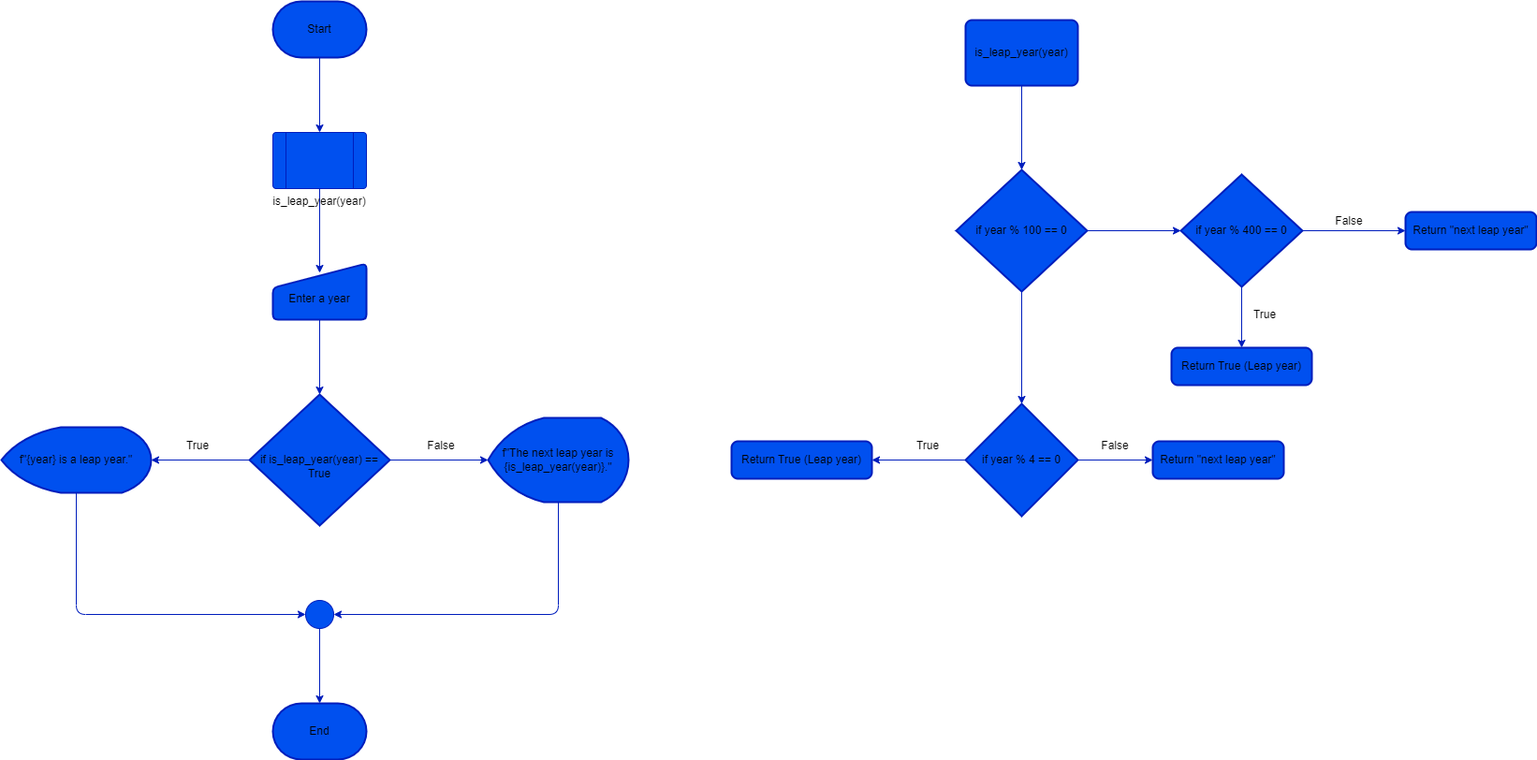
Earlier version of the draw.io export LeapYearFlowchart.drawio.png (Kainapat/Kainapxt). Source tidied: cells renumbered, new cells last; positions are measured from the earlier drawing's top-left corner, leaving out a move shared by most shapes.
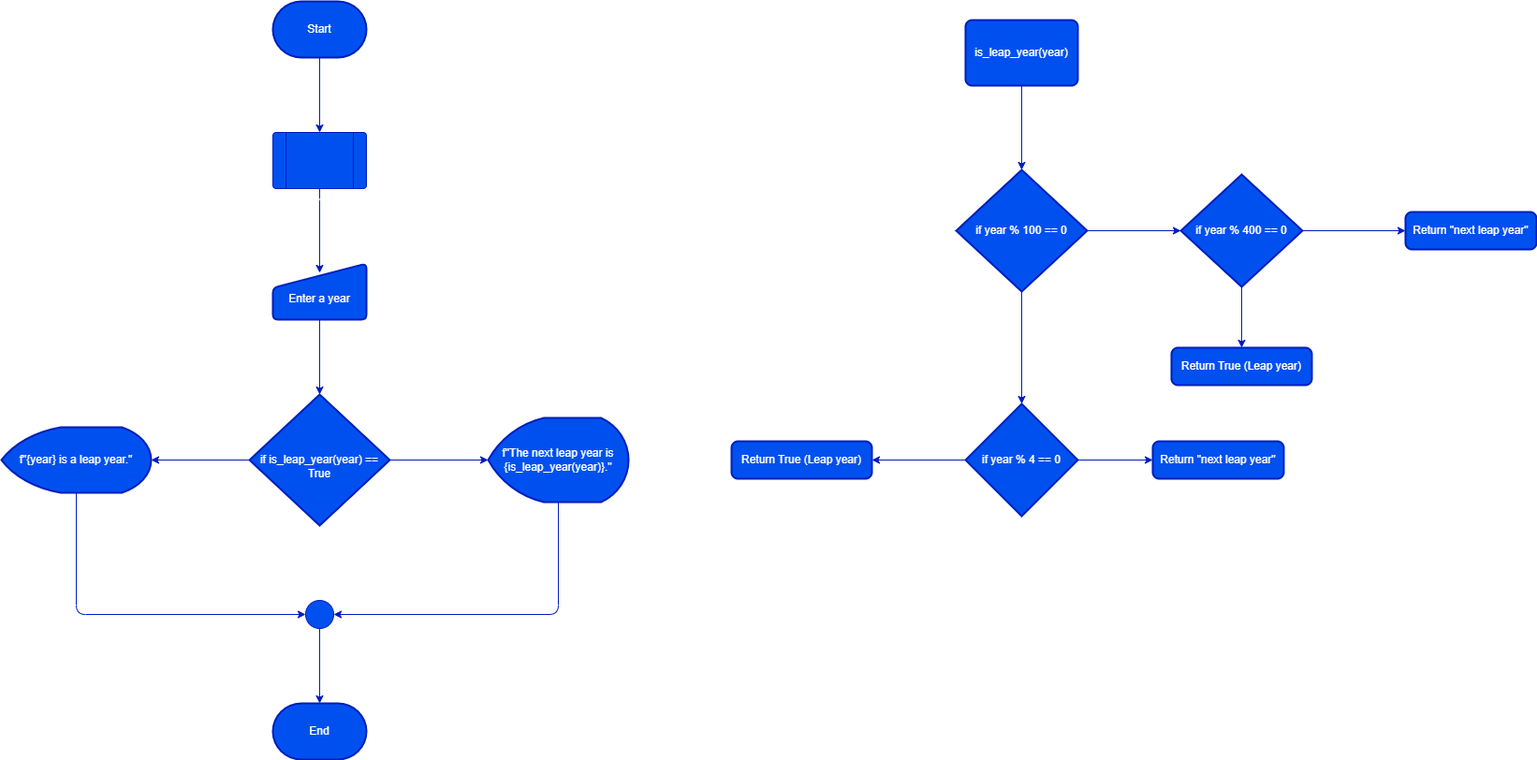
After the commit.

What changed in the source:
```diff
@@ -2,123 +2,123 @@
   <root>
     <mxCell id="0" />
     <mxCell id="1" parent="0" />
-    <mxCell id="2" style="edgeStyle=none;html=1;fillColor=#0050ef;strokeColor=#001DBC;labelBackgroundColor=none;fontColor=default;" parent="1" edge="1" source="3" target="5">
+    <mxCell id="2" style="edgeStyle=none;fillColor=#0050ef;strokeColor=#001DBC;labelBackgroundColor=none;fontColor=#FFFFFF;" parent="1" edge="1" source="3" target="5">
       <mxGeometry relative="1" as="geometry" />
     </mxCell>
-    <mxCell id="3" value="Start" style="strokeWidth=2;html=1;shape=mxgraph.flowchart.terminator;whiteSpace=wrap;fillColor=#0050ef;fontColor=default;strokeColor=#001DBC;labelBackgroundColor=none;" parent="1" vertex="1">
+    <mxCell id="3" value="Start" style="strokeWidth=2;shape=mxgraph.flowchart.terminator;whiteSpace=wrap;fillColor=#0050ef;fontColor=#FFFFFF;strokeColor=#001DBC;labelBackgroundColor=none;" parent="1" vertex="1">
       <mxGeometry x="290" width="100" height="60" as="geometry" />
     </mxCell>
-    <mxCell id="4" style="edgeStyle=none;html=1;entryX=0.5;entryY=0.167;entryDx=0;entryDy=0;entryPerimeter=0;fillColor=#0050ef;strokeColor=#001DBC;labelBackgroundColor=none;fontColor=default;" parent="1" edge="1" source="5" target="7">
+    <mxCell id="4" style="edgeStyle=none;entryX=0.5;entryY=0.167;entryDx=0;entryDy=0;entryPerimeter=0;fillColor=#0050ef;strokeColor=#001DBC;labelBackgroundColor=none;fontColor=#FFFFFF;" parent="1" edge="1" source="5" target="7">
       <mxGeometry relative="1" as="geometry" />
     </mxCell>
-    <mxCell id="5" value="is_leap_year(year)" style="verticalLabelPosition=bottom;verticalAlign=top;html=1;shape=process;whiteSpace=wrap;rounded=1;size=0.14;arcSize=6;fillColor=#0050ef;fontColor=default;strokeColor=#001DBC;labelBackgroundColor=none;" parent="1" vertex="1">
+    <mxCell id="5" value="is_leap_year(year)" style="verticalLabelPosition=bottom;verticalAlign=top;shape=process;whiteSpace=wrap;rounded=1;size=0.14;arcSize=6;fillColor=#0050ef;fontColor=#FFFFFF;strokeColor=#001DBC;labelBackgroundColor=none;" parent="1" vertex="1">
       <mxGeometry x="290" y="140" width="100" height="60" as="geometry" />
     </mxCell>
-    <mxCell id="6" style="edgeStyle=none;html=1;fillColor=#0050ef;strokeColor=#001DBC;labelBackgroundColor=none;fontColor=default;" parent="1" edge="1" source="7" target="10">
+    <mxCell id="6" style="edgeStyle=none;fillColor=#0050ef;strokeColor=#001DBC;labelBackgroundColor=none;fontColor=#FFFFFF;" parent="1" edge="1" source="7" target="10">
       <mxGeometry relative="1" as="geometry" />
     </mxCell>
-    <mxCell id="7" value="&lt;br&gt;Enter a year" style="html=1;strokeWidth=2;shape=manualInput;whiteSpace=wrap;rounded=1;size=26;arcSize=11;fillColor=#0050ef;fontColor=default;strokeColor=#001DBC;labelBackgroundColor=none;" parent="1" vertex="1">
+    <mxCell id="7" value="&#10;Enter a year" style="strokeWidth=2;shape=manualInput;whiteSpace=wrap;rounded=1;size=26;arcSize=11;fillColor=#0050ef;fontColor=#FFFFFF;strokeColor=#001DBC;labelBackgroundColor=none;" parent="1" vertex="1">
       <mxGeometry x="290" y="280" width="100" height="60" as="geometry" />
     </mxCell>
-    <mxCell id="8" style="edgeStyle=none;html=1;fillColor=#0050ef;strokeColor=#001DBC;labelBackgroundColor=none;fontColor=default;" parent="1" edge="1" source="10" target="14">
+    <mxCell id="8" style="edgeStyle=none;fillColor=#0050ef;strokeColor=#001DBC;labelBackgroundColor=none;fontColor=#FFFFFF;" parent="1" edge="1" source="10" target="14">
       <mxGeometry relative="1" as="geometry" />
     </mxCell>
-    <mxCell id="9" style="edgeStyle=none;html=1;fillColor=#0050ef;strokeColor=#001DBC;labelBackgroundColor=none;fontColor=default;" parent="1" edge="1" source="10" target="12">
+    <mxCell id="9" style="edgeStyle=none;fillColor=#0050ef;strokeColor=#001DBC;labelBackgroundColor=none;fontColor=#FFFFFF;" parent="1" edge="1" source="10" target="12">
       <mxGeometry relative="1" as="geometry" />
     </mxCell>
-    <mxCell id="10" value="&lt;br&gt;if is_leap_year(year) == True" style="strokeWidth=2;html=1;shape=mxgraph.flowchart.decision;whiteSpace=wrap;fillColor=#0050ef;fontColor=default;strokeColor=#001DBC;labelBackgroundColor=none;" parent="1" vertex="1">
+    <mxCell id="10" value="&#10;if is_leap_year(year) == True" style="strokeWidth=2;shape=mxgraph.flowchart.decision;whiteSpace=wrap;fillColor=#0050ef;fontColor=#FFFFFF;strokeColor=#001DBC;labelBackgroundColor=none;" parent="1" vertex="1">
       <mxGeometry x="265" y="420" width="150" height="140" as="geometry" />
     </mxCell>
-    <mxCell id="11" style="edgeStyle=none;html=1;entryX=0;entryY=0.5;entryDx=0;entryDy=0;fillColor=#0050ef;strokeColor=#001DBC;labelBackgroundColor=none;fontColor=default;" parent="1" edge="1" source="12" target="16">
+    <mxCell id="11" style="edgeStyle=none;entryX=0;entryY=0.5;entryDx=0;entryDy=0;fillColor=#0050ef;strokeColor=#001DBC;labelBackgroundColor=none;fontColor=#FFFFFF;" parent="1" edge="1" source="12" target="16">
       <mxGeometry relative="1" as="geometry">
         <Array as="points">
           <mxPoint x="80" y="655" />
         </Array>
       </mxGeometry>
     </mxCell>
-    <mxCell id="12" value="f&quot;{year} is a leap year.&quot;" style="strokeWidth=2;html=1;shape=mxgraph.flowchart.display;whiteSpace=wrap;fillColor=#0050ef;fontColor=default;strokeColor=#001DBC;labelBackgroundColor=none;" parent="1" vertex="1">
+    <mxCell id="12" value="f&quot;{year} is a leap year.&quot;" style="strokeWidth=2;shape=mxgraph.flowchart.display;whiteSpace=wrap;fillColor=#0050ef;fontColor=#FFFFFF;strokeColor=#001DBC;labelBackgroundColor=none;" parent="1" vertex="1">
       <mxGeometry y="455" width="160" height="70" as="geometry" />
     </mxCell>
-    <mxCell id="13" style="edgeStyle=none;html=1;entryX=1;entryY=0.5;entryDx=0;entryDy=0;fillColor=#0050ef;strokeColor=#001DBC;labelBackgroundColor=none;fontColor=default;" parent="1" edge="1" source="14" target="16">
+    <mxCell id="13" style="edgeStyle=none;entryX=1;entryY=0.5;entryDx=0;entryDy=0;fillColor=#0050ef;strokeColor=#001DBC;labelBackgroundColor=none;fontColor=#FFFFFF;" parent="1" edge="1" source="14" target="16">
       <mxGeometry relative="1" as="geometry">
         <Array as="points">
           <mxPoint x="595" y="655" />
         </Array>
       </mxGeometry>
     </mxCell>
-    <mxCell id="14" value="f&quot;The next leap year is {is_leap_year(year)}.&quot;" style="strokeWidth=2;html=1;shape=mxgraph.flowchart.display;whiteSpace=wrap;fillColor=#0050ef;fontColor=default;strokeColor=#001DBC;labelBackgroundColor=none;" parent="1" vertex="1">
+    <mxCell id="14" value="f&quot;The next leap year is {is_leap_year(year)}.&quot;" style="strokeWidth=2;shape=mxgraph.flowchart.display;whiteSpace=wrap;fillColor=#0050ef;fontColor=#FFFFFF;strokeColor=#001DBC;labelBackgroundColor=none;" parent="1" vertex="1">
       <mxGeometry x="520" y="445" width="150" height="90" as="geometry" />
     </mxCell>
-    <mxCell id="15" style="edgeStyle=none;html=1;fillColor=#0050ef;strokeColor=#001DBC;labelBackgroundColor=none;fontColor=default;" parent="1" edge="1" source="16" target="17">
+    <mxCell id="15" style="edgeStyle=none;fillColor=#0050ef;strokeColor=#001DBC;labelBackgroundColor=none;fontColor=#FFFFFF;" parent="1" edge="1" source="16" target="17">
       <mxGeometry relative="1" as="geometry" />
     </mxCell>
-    <mxCell id="16" style="ellipse;whiteSpace=wrap;html=1;fillColor=#0050ef;fontColor=default;strokeColor=#001DBC;labelBackgroundColor=none;" parent="1" vertex="1">
+    <mxCell id="16" style="ellipse;whiteSpace=wrap;fillColor=#0050ef;fontColor=#FFFFFF;strokeColor=#001DBC;labelBackgroundColor=none;" parent="1" vertex="1">
       <mxGeometry x="325" y="640" width="30" height="30" as="geometry" />
     </mxCell>
-    <mxCell id="17" value="End" style="strokeWidth=2;html=1;shape=mxgraph.flowchart.terminator;whiteSpace=wrap;fillColor=#0050ef;fontColor=default;strokeColor=#001DBC;labelBackgroundColor=none;" parent="1" vertex="1">
+    <mxCell id="17" value="End" style="strokeWidth=2;shape=mxgraph.flowchart.terminator;whiteSpace=wrap;fillColor=#0050ef;fontColor=#FFFFFF;strokeColor=#001DBC;labelBackgroundColor=none;" parent="1" vertex="1">
       <mxGeometry x="290" y="750" width="100" height="60" as="geometry" />
     </mxCell>
-    <mxCell id="18" value="True" style="text;html=1;strokeColor=none;fillColor=none;align=center;verticalAlign=middle;whiteSpace=wrap;rounded=0;fontColor=default;labelBackgroundColor=none;" parent="1" vertex="1">
+    <mxCell id="18" value="True" style="text;strokeColor=none;fillColor=none;align=center;verticalAlign=middle;whiteSpace=wrap;rounded=0;fontColor=#FFFFFF;labelBackgroundColor=none;" parent="1" vertex="1">
       <mxGeometry x="180" y="460" width="60" height="30" as="geometry" />
     </mxCell>
-    <mxCell id="19" value="False" style="text;html=1;strokeColor=none;fillColor=none;align=center;verticalAlign=middle;whiteSpace=wrap;rounded=0;fontColor=default;labelBackgroundColor=none;" parent="1" vertex="1">
+    <mxCell id="19" value="False" style="text;strokeColor=none;fillColor=none;align=center;verticalAlign=middle;whiteSpace=wrap;rounded=0;fontColor=#FFFFFF;labelBackgroundColor=none;" parent="1" vertex="1">
       <mxGeometry x="440" y="460" width="60" height="30" as="geometry" />
     </mxCell>
-    <mxCell id="20" style="edgeStyle=none;html=1;fillColor=#0050ef;strokeColor=#001DBC;labelBackgroundColor=none;fontColor=default;" parent="1" edge="1" source="21" target="24">
+    <mxCell id="20" style="edgeStyle=none;fillColor=#0050ef;strokeColor=#001DBC;labelBackgroundColor=none;fontColor=#FFFFFF;" parent="1" edge="1" source="21" target="24">
       <mxGeometry relative="1" as="geometry" />
     </mxCell>
-    <mxCell id="21" value="is_leap_year(year)" style="rounded=1;whiteSpace=wrap;html=1;absoluteArcSize=1;arcSize=14;strokeWidth=2;fillColor=#0050ef;fontColor=default;strokeColor=#001DBC;labelBackgroundColor=none;" parent="1" vertex="1">
+    <mxCell id="21" value="is_leap_year(year)" style="rounded=1;whiteSpace=wrap;absoluteArcSize=1;arcSize=14;strokeWidth=2;fillColor=#0050ef;fontColor=#FFFFFF;strokeColor=#001DBC;labelBackgroundColor=none;" parent="1" vertex="1">
       <mxGeometry x="1030" y="20" width="120" height="70" as="geometry" />
     </mxCell>
-    <mxCell id="22" style="edgeStyle=none;html=1;fillColor=#0050ef;strokeColor=#001DBC;labelBackgroundColor=none;fontColor=default;" parent="1" edge="1" source="24" target="27">
+    <mxCell id="22" style="edgeStyle=none;fillColor=#0050ef;strokeColor=#001DBC;labelBackgroundColor=none;fontColor=#FFFFFF;" parent="1" edge="1" source="24" target="27">
       <mxGeometry relative="1" as="geometry" />
     </mxCell>
-    <mxCell id="23" style="edgeStyle=none;html=1;fillColor=#0050ef;strokeColor=#001DBC;labelBackgroundColor=none;fontColor=default;" parent="1" edge="1" source="24" target="30">
+    <mxCell id="23" style="edgeStyle=none;fillColor=#0050ef;strokeColor=#001DBC;labelBackgroundColor=none;fontColor=#FFFFFF;" parent="1" edge="1" source="24" target="30">
       <mxGeometry relative="1" as="geometry" />
     </mxCell>
-    <mxCell id="24" value="if year % 100 == 0" style="strokeWidth=2;html=1;shape=mxgraph.flowchart.decision;whiteSpace=wrap;fillColor=#0050ef;fontColor=default;strokeColor=#001DBC;labelBackgroundColor=none;" parent="1" vertex="1">
+    <mxCell id="24" value="if year % 100 == 0" style="strokeWidth=2;shape=mxgraph.flowchart.decision;whiteSpace=wrap;fillColor=#0050ef;fontColor=#FFFFFF;strokeColor=#001DBC;labelBackgroundColor=none;" parent="1" vertex="1">
       <mxGeometry x="1020" y="180" width="140" height="130" as="geometry" />
     </mxCell>
-    <mxCell id="25" style="edgeStyle=none;html=1;fillColor=#0050ef;strokeColor=#001DBC;labelBackgroundColor=none;fontColor=default;" parent="1" edge="1" source="27" target="31">
+    <mxCell id="25" style="edgeStyle=none;fillColor=#0050ef;strokeColor=#001DBC;labelBackgroundColor=none;fontColor=#FFFFFF;" parent="1" edge="1" source="27" target="31">
       <mxGeometry relative="1" as="geometry" />
     </mxCell>
-    <mxCell id="26" style="edgeStyle=none;html=1;fillColor=#0050ef;strokeColor=#001DBC;labelBackgroundColor=none;fontColor=default;" parent="1" edge="1" source="27" target="32">
+    <mxCell id="26" style="edgeStyle=none;fillColor=#0050ef;strokeColor=#001DBC;labelBackgroundColor=none;fontColor=#FFFFFF;" parent="1" edge="1" source="27" target="32">
       <mxGeometry relative="1" as="geometry" />
     </mxCell>
-    <mxCell id="27" value="if year % 400 == 0" style="strokeWidth=2;html=1;shape=mxgraph.flowchart.decision;whiteSpace=wrap;fillColor=#0050ef;fontColor=default;strokeColor=#001DBC;labelBackgroundColor=none;" parent="1" vertex="1">
+    <mxCell id="27" value="if year % 400 == 0" style="strokeWidth=2;shape=mxgraph.flowchart.decision;whiteSpace=wrap;fillColor=#0050ef;fontColor=#FFFFFF;strokeColor=#001DBC;labelBackgroundColor=none;" parent="1" vertex="1">
       <mxGeometry x="1260" y="185" width="130" height="120" as="geometry" />
     </mxCell>
-    <mxCell id="28" style="edgeStyle=none;html=1;fillColor=#0050ef;strokeColor=#001DBC;labelBackgroundColor=none;fontColor=default;" parent="1" edge="1" source="30" target="35">
+    <mxCell id="28" style="edgeStyle=none;fillColor=#0050ef;strokeColor=#001DBC;labelBackgroundColor=none;fontColor=#FFFFFF;" parent="1" edge="1" source="30" target="35">
       <mxGeometry relative="1" as="geometry" />
     </mxCell>
-    <mxCell id="29" style="edgeStyle=none;html=1;fillColor=#0050ef;strokeColor=#001DBC;labelBackgroundColor=none;fontColor=default;" parent="1" edge="1" source="30" target="36">
+    <mxCell id="29" style="edgeStyle=none;fillColor=#0050ef;strokeColor=#001DBC;labelBackgroundColor=none;fontColor=#FFFFFF;" parent="1" edge="1" source="30" target="36">
       <mxGeometry relative="1" as="geometry" />
     </mxCell>
-    <mxCell id="30" value="if year % 4 == 0" style="strokeWidth=2;html=1;shape=mxgraph.flowchart.decision;whiteSpace=wrap;fillColor=#0050ef;fontColor=default;strokeColor=#001DBC;labelBackgroundColor=none;" parent="1" vertex="1">
+    <mxCell id="30" value="if year % 4 == 0" style="strokeWidth=2;shape=mxgraph.flowchart.decision;whiteSpace=wrap;fillColor=#0050ef;fontColor=#FFFFFF;strokeColor=#001DBC;labelBackgroundColor=none;" parent="1" vertex="1">
       <mxGeometry x="1030" y="430" width="120" height="120" as="geometry" />
     </mxCell>
-    <mxCell id="31" value="Return True (Leap year)" style="rounded=1;whiteSpace=wrap;html=1;absoluteArcSize=1;arcSize=14;strokeWidth=2;fillColor=#0050ef;fontColor=default;strokeColor=#001DBC;labelBackgroundColor=none;" parent="1" vertex="1">
+    <mxCell id="31" value="Return True (Leap year)" style="rounded=1;whiteSpace=wrap;absoluteArcSize=1;arcSize=14;strokeWidth=2;fillColor=#0050ef;fontColor=#FFFFFF;strokeColor=#001DBC;labelBackgroundColor=none;" parent="1" vertex="1">
       <mxGeometry x="1250" y="370" width="150" height="40" as="geometry" />
     </mxCell>
-    <mxCell id="32" value="Return &quot;next leap year&quot;" style="rounded=1;whiteSpace=wrap;html=1;absoluteArcSize=1;arcSize=14;strokeWidth=2;fillColor=#0050ef;fontColor=default;strokeColor=#001DBC;labelBackgroundColor=none;" parent="1" vertex="1">
+    <mxCell id="32" value="Return &quot;next leap year&quot;" style="rounded=1;whiteSpace=wrap;absoluteArcSize=1;arcSize=14;strokeWidth=2;fillColor=#0050ef;fontColor=#FFFFFF;strokeColor=#001DBC;labelBackgroundColor=none;" parent="1" vertex="1">
       <mxGeometry x="1500" y="225" width="140" height="40" as="geometry" />
     </mxCell>
-    <mxCell id="33" value="True" style="text;html=1;strokeColor=none;fillColor=none;align=center;verticalAlign=middle;whiteSpace=wrap;rounded=0;fontColor=default;labelBackgroundColor=none;" parent="1" vertex="1">
+    <mxCell id="33" value="True" style="text;strokeColor=none;fillColor=none;align=center;verticalAlign=middle;whiteSpace=wrap;rounded=0;fontColor=#FFFFFF;labelBackgroundColor=none;" parent="1" vertex="1">
       <mxGeometry x="1320" y="320" width="60" height="30" as="geometry" />
     </mxCell>
-    <mxCell id="34" value="False" style="text;html=1;strokeColor=none;fillColor=none;align=center;verticalAlign=middle;whiteSpace=wrap;rounded=0;fontColor=default;labelBackgroundColor=none;" parent="1" vertex="1">
+    <mxCell id="34" value="False" style="text;strokeColor=none;fillColor=none;align=center;verticalAlign=middle;whiteSpace=wrap;rounded=0;fontColor=#FFFFFF;labelBackgroundColor=none;" parent="1" vertex="1">
       <mxGeometry x="1410" y="220" width="60" height="30" as="geometry" />
     </mxCell>
-    <mxCell id="35" value="Return True (Leap year)" style="rounded=1;whiteSpace=wrap;html=1;absoluteArcSize=1;arcSize=14;strokeWidth=2;fillColor=#0050ef;fontColor=default;strokeColor=#001DBC;labelBackgroundColor=none;" parent="1" vertex="1">
+    <mxCell id="35" value="Return True (Leap year)" style="rounded=1;whiteSpace=wrap;absoluteArcSize=1;arcSize=14;strokeWidth=2;fillColor=#0050ef;fontColor=#FFFFFF;strokeColor=#001DBC;labelBackgroundColor=none;" parent="1" vertex="1">
       <mxGeometry x="780" y="470" width="150" height="40" as="geometry" />
     </mxCell>
-    <mxCell id="36" value="Return &quot;next leap year&quot;" style="rounded=1;whiteSpace=wrap;html=1;absoluteArcSize=1;arcSize=14;strokeWidth=2;fillColor=#0050ef;fontColor=default;strokeColor=#001DBC;labelBackgroundColor=none;" parent="1" vertex="1">
+    <mxCell id="36" value="Return &quot;next leap year&quot;" style="rounded=1;whiteSpace=wrap;absoluteArcSize=1;arcSize=14;strokeWidth=2;fillColor=#0050ef;fontColor=#FFFFFF;strokeColor=#001DBC;labelBackgroundColor=none;" parent="1" vertex="1">
       <mxGeometry x="1230" y="470" width="140" height="40" as="geometry" />
     </mxCell>
-    <mxCell id="37" value="True" style="text;html=1;strokeColor=none;fillColor=none;align=center;verticalAlign=middle;whiteSpace=wrap;rounded=0;fontColor=default;labelBackgroundColor=none;" parent="1" vertex="1">
+    <mxCell id="37" value="True" style="text;strokeColor=none;fillColor=none;align=center;verticalAlign=middle;whiteSpace=wrap;rounded=0;fontColor=#FFFFFF;labelBackgroundColor=none;" parent="1" vertex="1">
       <mxGeometry x="960" y="460" width="60" height="30" as="geometry" />
     </mxCell>
-    <mxCell id="38" value="False" style="text;html=1;strokeColor=none;fillColor=none;align=center;verticalAlign=middle;whiteSpace=wrap;rounded=0;fontColor=default;labelBackgroundColor=none;" parent="1" vertex="1">
+    <mxCell id="38" value="False" style="text;strokeColor=none;fillColor=none;align=center;verticalAlign=middle;whiteSpace=wrap;rounded=0;fontColor=#FFFFFF;labelBackgroundColor=none;" parent="1" vertex="1">
       <mxGeometry x="1160" y="460" width="60" height="30" as="geometry" />
     </mxCell>
   </root>
```
